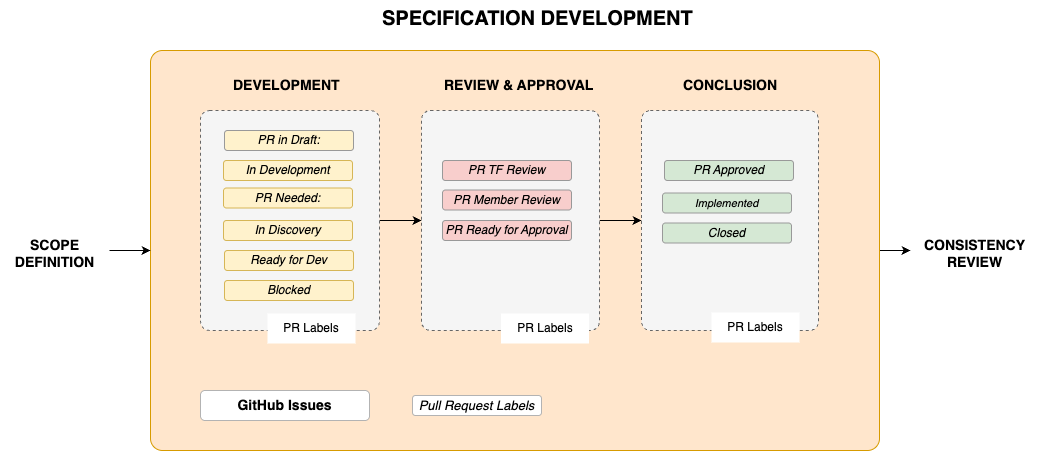
Earlier version of the draw.io export guidelines/images/FOCUS-Process-development-2-phase.drawio.png (FinOps-Open-Cost-and-Usage-Spec/FOCUS_Spec). Source tidied: cells renumbered, new cells last; positions are measured from the earlier drawing's top-left corner, leaving out a move shared by most shapes.
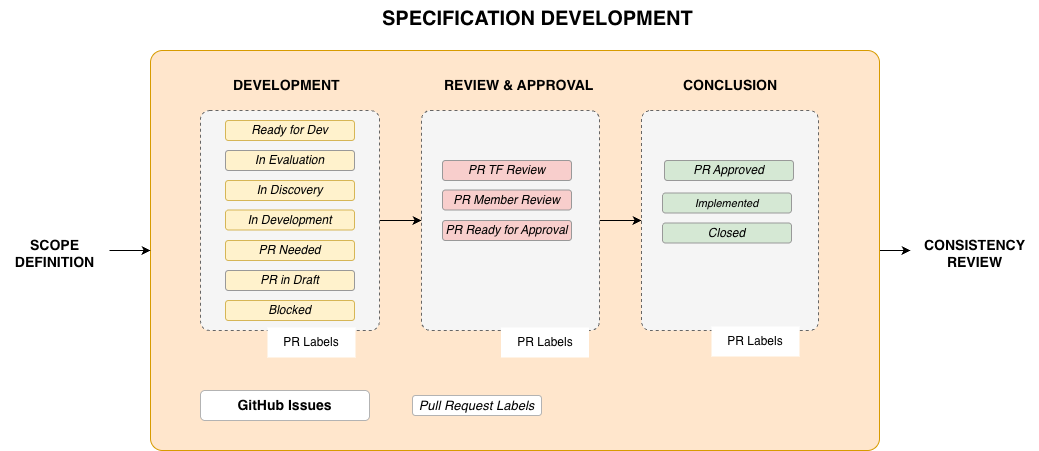
Above is the later version.

What changed in the source:
```diff
@@ -24,13 +24,13 @@
       <mxGeometry x="200" y="110" width="179" height="220" as="geometry" />
     </mxCell>
     <mxCell id="9" value="Ready for Dev" style="rounded=1;whiteSpace=wrap;html=1;fillColor=#fff2cc;strokeColor=#d6b656;fontStyle=2;" parent="1" vertex="1">
-      <mxGeometry x="224" y="250" width="129" height="20" as="geometry" />
+      <mxGeometry x="225" y="120" width="129" height="20" as="geometry" />
     </mxCell>
-    <mxCell id="10" value="PR Needed:" style="rounded=1;whiteSpace=wrap;html=1;fillColor=#fff2cc;strokeColor=#d6b656;fontStyle=2;" parent="1" vertex="1">
-      <mxGeometry x="223" y="187.5" width="129" height="20" as="geometry" />
+    <mxCell id="10" value="PR Needed" style="rounded=1;whiteSpace=wrap;html=1;fillColor=#fff2cc;strokeColor=#d6b656;fontStyle=2;" parent="1" vertex="1">
+      <mxGeometry x="225" y="240" width="129" height="20" as="geometry" />
     </mxCell>
-    <mxCell id="11" value="PR in Draft:" style="rounded=1;whiteSpace=wrap;html=1;fillColor=#fff2cc;strokeColor=#999999;fontStyle=2;" parent="1" vertex="1">
-      <mxGeometry x="224" y="130" width="129" height="20" as="geometry" />
+    <mxCell id="11" value="PR in Draft" style="rounded=1;whiteSpace=wrap;html=1;fillColor=#fff2cc;strokeColor=#999999;fontStyle=2;" parent="1" vertex="1">
+      <mxGeometry x="225" y="270" width="129" height="20" as="geometry" />
     </mxCell>
     <mxCell id="12" value="PR TF Review" style="rounded=1;whiteSpace=wrap;html=1;fillColor=#f8cecc;strokeColor=#999999;fontStyle=2;" parent="1" vertex="1">
       <mxGeometry x="442" y="160" width="129" height="20" as="geometry" />
@@ -48,7 +48,7 @@
       <mxGeometry x="662" y="192.5" width="129" height="20" as="geometry" />
     </mxCell>
     <mxCell id="17" value="Blocked" style="whiteSpace=wrap;html=1;rounded=1;fillColor=#fff2cc;strokeColor=#d6b656;fontStyle=2;" parent="1" vertex="1">
-      <mxGeometry x="224" y="280" width="129" height="20" as="geometry" />
+      <mxGeometry x="225" y="300" width="129" height="20" as="geometry" />
     </mxCell>
     <mxCell id="18" value="Closed" style="whiteSpace=wrap;html=1;rounded=1;fillColor=#d5e8d4;strokeColor=#999999;fontStyle=2;" parent="1" vertex="1">
       <mxGeometry x="662" y="222.5" width="129" height="20" as="geometry" />
@@ -57,10 +57,10 @@
       <mxGeometry relative="1" as="geometry" />
     </mxCell>
     <mxCell id="20" value="In Development" style="rounded=1;whiteSpace=wrap;html=1;fillColor=#fff2cc;strokeColor=#d6b656;fontStyle=2;" parent="1" vertex="1">
-      <mxGeometry x="223" y="160" width="129" height="20" as="geometry" />
+      <mxGeometry x="225" y="209.5" width="129" height="20" as="geometry" />
     </mxCell>
     <mxCell id="21" value="&lt;font style=&quot;&quot;&gt;In&amp;nbsp;&lt;/font&gt;&lt;span style=&quot;background-color: transparent; color: light-dark(rgb(0, 0, 0), rgb(255, 255, 255));&quot;&gt;Discovery&lt;/span&gt;" style="rounded=1;whiteSpace=wrap;html=1;fillColor=#fff2cc;strokeColor=#d6b656;fontStyle=2;" parent="1" vertex="1">
-      <mxGeometry x="223" y="220" width="129" height="20" as="geometry" />
+      <mxGeometry x="225" y="180" width="129" height="20" as="geometry" />
     </mxCell>
     <mxCell id="22" value="&lt;span style=&quot;color: rgb(0, 0, 0); font-family: Helvetica; font-size: 14px; font-style: normal; font-variant-ligatures: normal; font-variant-caps: normal; font-weight: 700; letter-spacing: normal; orphans: 2; text-align: center; text-indent: 0px; text-transform: none; widows: 2; word-spacing: 0px; -webkit-text-stroke-width: 0px; white-space: normal; text-decoration-thickness: initial; text-decoration-style: initial; text-decoration-color: initial; float: none; display: inline !important;&quot;&gt;DEVELOPMENT&lt;/span&gt;" style="text;whiteSpace=wrap;html=1;labelBackgroundColor=none;" parent="1" vertex="1">
       <mxGeometry x="231" y="70" width="139" height="37.5" as="geometry" />
@@ -81,13 +81,13 @@
       <mxGeometry x="412" y="395" width="129" height="20" as="geometry" />
     </mxCell>
     <mxCell id="28" value="PR Labels" style="text;html=1;align=center;verticalAlign=middle;whiteSpace=wrap;rounded=0;fillColor=default;" parent="1" vertex="1">
-      <mxGeometry x="267" y="313" width="88" height="30" as="geometry" />
+      <mxGeometry x="267" y="327" width="88" height="30" as="geometry" />
     </mxCell>
     <mxCell id="29" value="PR Labels" style="text;html=1;align=center;verticalAlign=middle;whiteSpace=wrap;rounded=0;fillColor=default;" parent="1" vertex="1">
-      <mxGeometry x="500.5" y="313" width="88" height="30" as="geometry" />
+      <mxGeometry x="500.5" y="327" width="88" height="30" as="geometry" />
     </mxCell>
     <mxCell id="30" value="PR Labels" style="text;html=1;align=center;verticalAlign=middle;whiteSpace=wrap;rounded=0;fillColor=default;" parent="1" vertex="1">
-      <mxGeometry x="711" y="312" width="88" height="30" as="geometry" />
+      <mxGeometry x="711" y="326" width="88" height="30" as="geometry" />
     </mxCell>
     <mxCell id="31" value="&lt;span style=&quot;color: rgb(0, 0, 0); font-family: Helvetica; font-size: 14px; font-style: normal; font-variant-ligatures: normal; font-variant-caps: normal; font-weight: 700; letter-spacing: normal; orphans: 2; text-indent: 0px; text-transform: none; widows: 2; word-spacing: 0px; -webkit-text-stroke-width: 0px; white-space: normal; text-decoration-thickness: initial; text-decoration-style: initial; text-decoration-color: initial; float: none; display: inline !important;&quot;&gt;CONSISTENCY REVIEW&lt;/span&gt;" style="text;whiteSpace=wrap;html=1;align=center;labelBackgroundColor=none;" parent="1" vertex="1">
       <mxGeometry x="910" y="230" width="129" height="40" as="geometry" />
@@ -101,5 +101,8 @@
     <mxCell id="34" value="&lt;span style=&quot;color: rgb(0, 0, 0); font-family: Helvetica; font-size: 14px; font-style: normal; font-variant-ligatures: normal; font-variant-caps: normal; font-weight: 700; letter-spacing: normal; orphans: 2; text-indent: 0px; text-transform: none; widows: 2; word-spacing: 0px; -webkit-text-stroke-width: 0px; white-space: normal; text-decoration-thickness: initial; text-decoration-style: initial; text-decoration-color: initial; float: none; display: inline !important;&quot;&gt;SCOPE&lt;br&gt;DEFINITION&lt;/span&gt;" style="text;whiteSpace=wrap;html=1;align=center;labelBackgroundColor=none;" parent="1" vertex="1">
       <mxGeometry y="230" width="109" height="40" as="geometry" />
     </mxCell>
+    <mxCell id="35" value="In Evaluation" style="rounded=1;whiteSpace=wrap;html=1;fillColor=#fff2cc;strokeColor=#999999;fontStyle=2;" parent="1" vertex="1">
+      <mxGeometry x="225" y="150" width="129" height="20" as="geometry" />
+    </mxCell>
   </root>
 </mxGraphModel>
```
